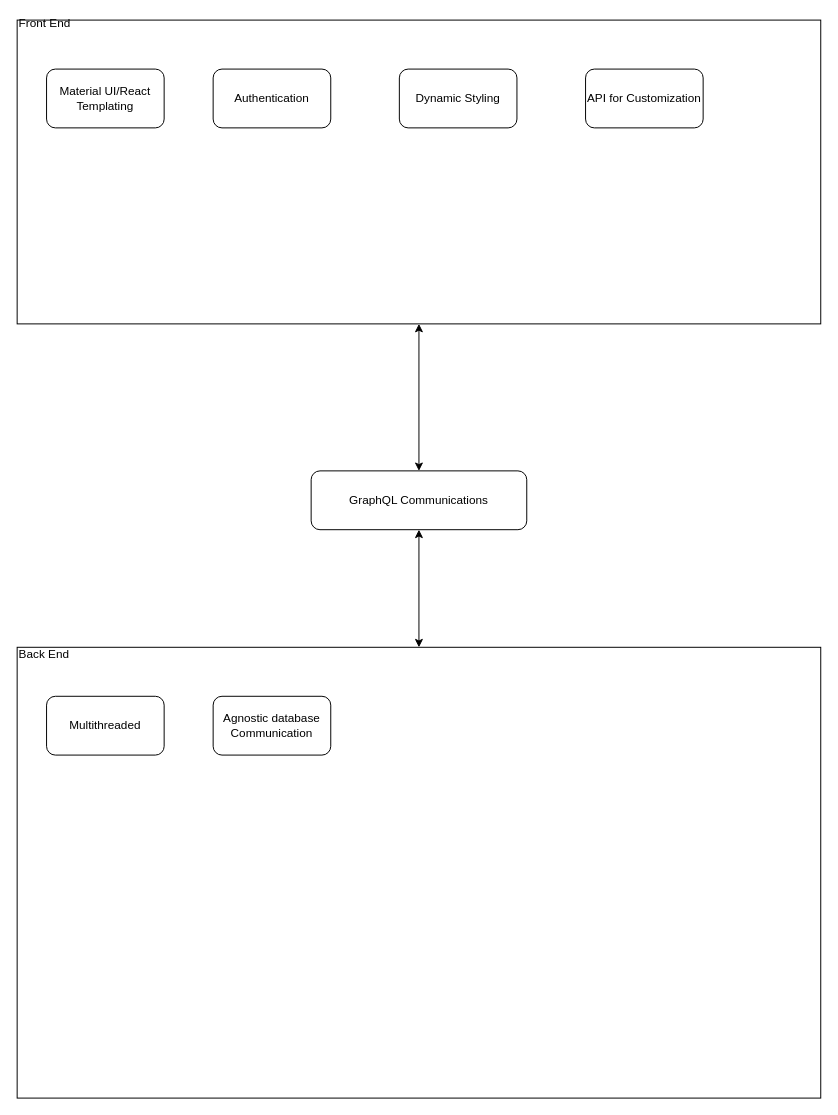
Above: Untitled Diagram.drawio in Manti-code/Goblin-CMS (draw.io), before the change. Source tidied: cells renumbered, new cells numbered last; positions are measured from the earlier drawing's top-left corner, leaving out a move shared by most shapes. Both pictures are drawn from the tidied source at 98%, with x=0, y=0 at pixel (17, 20).
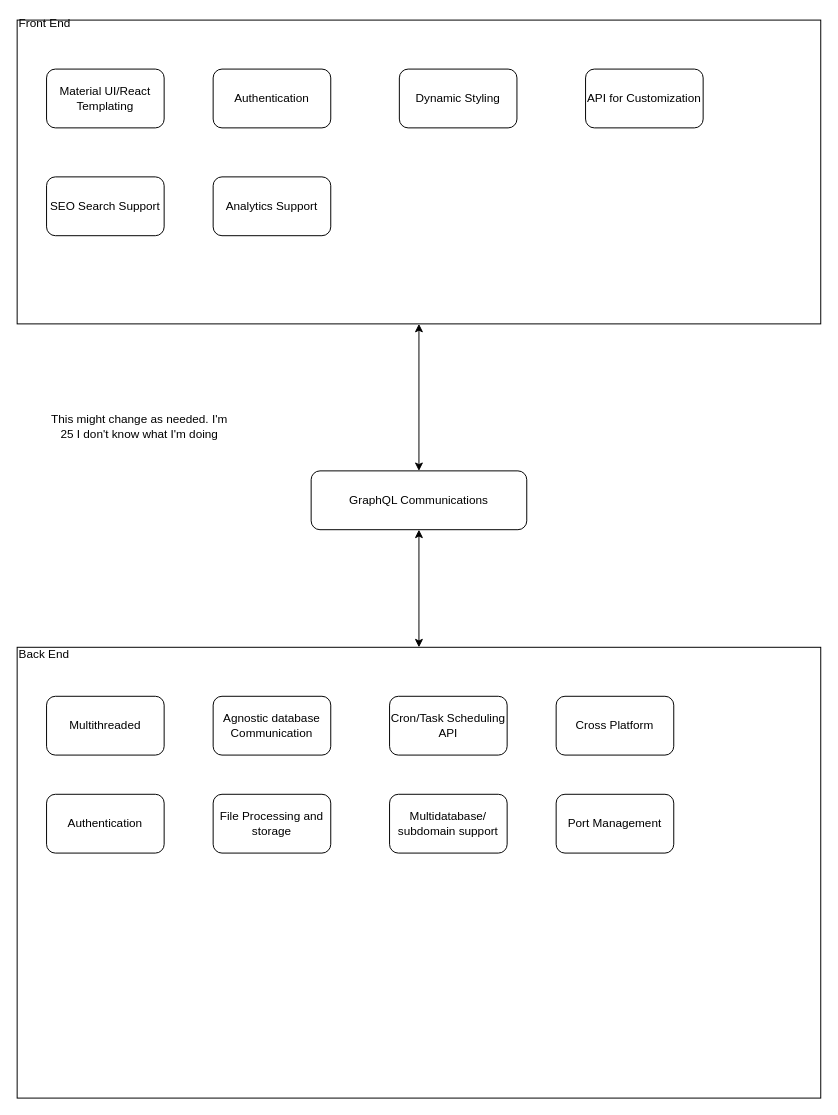
The same page after the edit.

Commit message:
General End Goal

What changed in the source:
```diff
@@
+    <mxCell id="13" value="Cron/Task Scheduling API" style="rounded=1;whiteSpace=wrap;html=1;" parent="1" vertex="1">
+      <mxGeometry x="380" y="690" width="120" height="60" as="geometry" />
+    </mxCell>
+    <mxCell id="14" value="Cross Platform" style="rounded=1;whiteSpace=wrap;html=1;" parent="1" vertex="1">
+      <mxGeometry x="550" y="690" width="120" height="60" as="geometry" />
+    </mxCell>
+    <mxCell id="15" value="Authentication" style="rounded=1;whiteSpace=wrap;html=1;" parent="1" vertex="1">
+      <mxGeometry x="30" y="790" width="120" height="60" as="geometry" />
+    </mxCell>
+    <mxCell id="16" value="SEO Search Support" style="rounded=1;whiteSpace=wrap;html=1;" parent="1" vertex="1">
+      <mxGeometry x="30" y="160" width="120" height="60" as="geometry" />
+    </mxCell>
+    <mxCell id="17" value="Analytics Support" style="rounded=1;whiteSpace=wrap;html=1;" parent="1" vertex="1">
+      <mxGeometry x="200" y="160" width="120" height="60" as="geometry" />
+    </mxCell>
+    <mxCell id="18" value="File Processing and storage" style="rounded=1;whiteSpace=wrap;html=1;" parent="1" vertex="1">
+      <mxGeometry x="200" y="790" width="120" height="60" as="geometry" />
+    </mxCell>
+    <mxCell id="19" value="Multidatabase/&lt;br&gt;subdomain support" style="rounded=1;whiteSpace=wrap;html=1;" parent="1" vertex="1">
+      <mxGeometry x="380" y="790" width="120" height="60" as="geometry" />
+    </mxCell>
+    <mxCell id="20" value="Port Management" style="rounded=1;whiteSpace=wrap;html=1;" parent="1" vertex="1">
+      <mxGeometry x="550" y="790" width="120" height="60" as="geometry" />
+    </mxCell>
+    <mxCell id="21" value="This might change as needed. I'm 25 I don't know what I'm doing" style="text;html=1;strokeColor=none;fillColor=none;align=center;verticalAlign=middle;whiteSpace=wrap;rounded=0;" parent="1" vertex="1">
+      <mxGeometry x="30" y="360" width="190" height="110" as="geometry" />
+    </mxCell>
```
